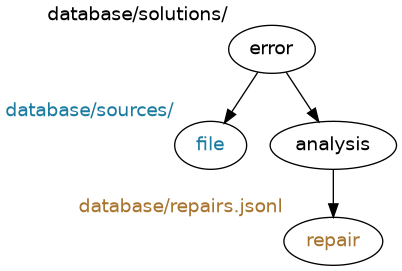
This is docs/graphs/datamodel.dot.png from Digital-Preservation-Finland/knowledge-base, a Graphviz export, as it was before one commit. Its source is kept beside it as docs/graphs/datamodel.dot.
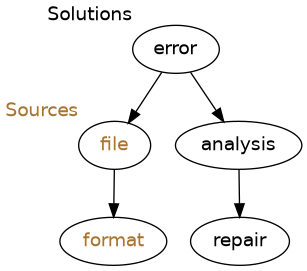
Later version of the same file.

The edit, as a diff of the source:
```diff
@@ -3,10 +3,10 @@
 	layout=dot
 
 	error -> file
-	error -> analysis
-	analysis -> repair
+	error -> analysis -> repair
+	file -> format
 
-	error [xlabel="database/solutions/"]
-	file [xlabel="database/sources/",fontcolor="#1c7ba0"]
-	repair [xlabel="database/repairs.jsonl",fontcolor="#a8742f"]
+	error [xlabel="Solutions"]
+	file [xlabel="Sources",fontcolor="#a8742f"]
+	format [fontcolor="#a8742f"]
 }
```
